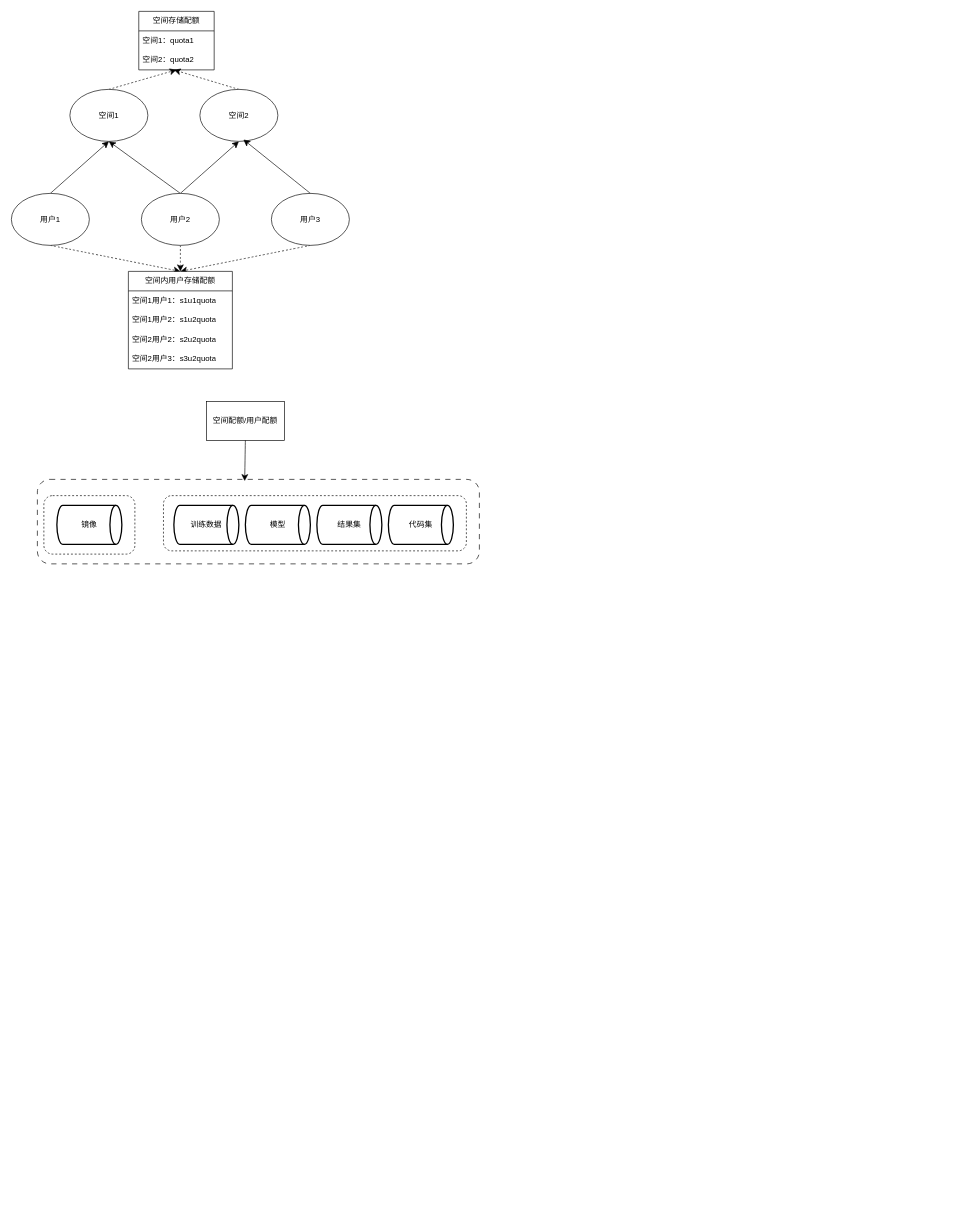
paochiang/draw keeps this draw.io diagram as 智算中心/配额接入.drawio. Above is the earlier version. Source tidied: cells renumbered, new cells numbered last; positions are measured from the earlier drawing's top-left corner, leaving out a move shared by most shapes. Both pictures are drawn from the tidied source at 65%, with x=0, y=0 at pixel (11, 11).
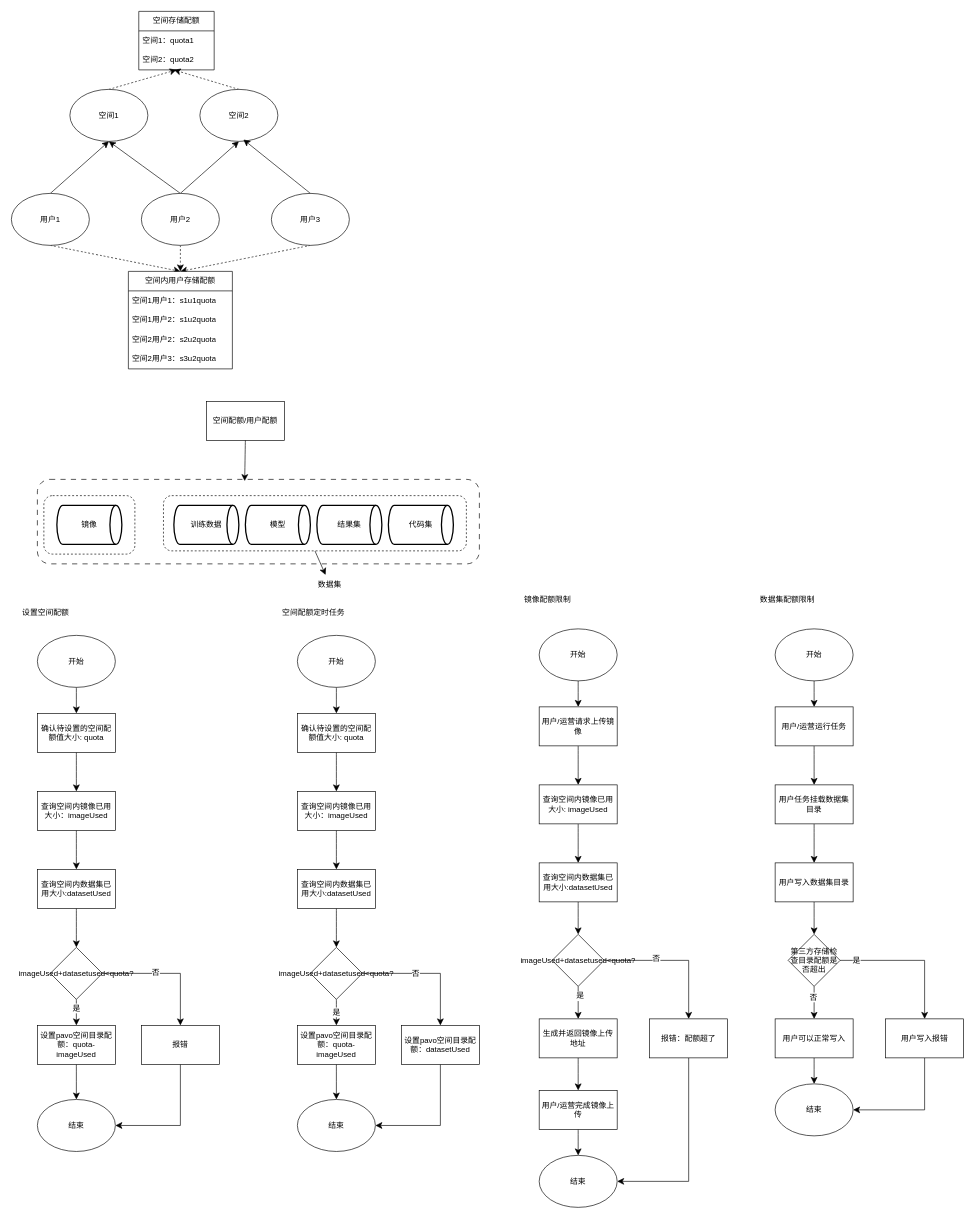
Above is the later version.

Commit message (it also covers changes not shown here):
Update 智算中心/配额接入.drawio

The change refers to these unchanged cells:
```xml
<mxCell id="3" style="rounded=1;whiteSpace=wrap;html=1;dashed=1;" parent="1" vertex="1">
  <mxGeometry x="234" y="745" width="466" height="85" as="geometry" />
</mxCell>
```

The edit, as a diff of the source:
```diff
@@
+    <mxCell id="34" style="edgeStyle=none;curved=1;rounded=0;jettySize=auto;html=1;exitX=0.5;exitY=1;exitDx=0;exitDy=0;fontSize=12;startSize=8;endSize=8;" parent="1" edge="1" source="3" target="43">
+      <mxGeometry relative="1" as="geometry" />
+    </mxCell>
@@
+    <mxCell id="35" style="edgeStyle=none;curved=1;rounded=0;jettySize=auto;html=1;exitX=0.5;exitY=1;exitDx=0;exitDy=0;entryX=0.5;entryY=0;entryDx=0;entryDy=0;fontSize=12;startSize=8;endSize=8;" parent="1" edge="1" source="36" target="38">
+      <mxGeometry relative="1" as="geometry" />
+    </mxCell>
+    <mxCell id="36" value="开始" style="ellipse;whiteSpace=wrap;html=1;" parent="1" vertex="1">
+      <mxGeometry x="40" y="960" width="120" height="80" as="geometry" />
+    </mxCell>
+    <mxCell id="37" style="edgeStyle=none;curved=1;rounded=0;jettySize=auto;html=1;entryX=0.5;entryY=0;entryDx=0;entryDy=0;fontSize=12;startSize=8;endSize=8;" parent="1" edge="1" source="38" target="40">
+      <mxGeometry relative="1" as="geometry" />
+    </mxCell>
+    <mxCell id="38" value="确认待设置的空间配额值大小: quota" style="rounded=0;whiteSpace=wrap;html=1;" parent="1" vertex="1">
+      <mxGeometry x="40" y="1080" width="120" height="60" as="geometry" />
+    </mxCell>
+    <mxCell id="39" style="edgeStyle=none;curved=1;rounded=0;jettySize=auto;html=1;fontSize=12;startSize=8;endSize=8;" parent="1" edge="1" source="40" target="42">
+      <mxGeometry relative="1" as="geometry" />
+    </mxCell>
+    <mxCell id="40" value="查询空间内镜像已用大小：imageUsed" style="rounded=0;whiteSpace=wrap;html=1;" parent="1" vertex="1">
+      <mxGeometry x="40" y="1200" width="120" height="60" as="geometry" />
+    </mxCell>
+    <mxCell id="41" style="edgeStyle=none;curved=1;rounded=0;jettySize=auto;html=1;exitX=0.5;exitY=1;exitDx=0;exitDy=0;entryX=0.5;entryY=0;entryDx=0;entryDy=0;fontSize=12;startSize=8;endSize=8;" parent="1" edge="1" source="42" target="48">
+      <mxGeometry relative="1" as="geometry" />
+    </mxCell>
+    <mxCell id="42" value="查询空间内数据集已用大小:datasetUsed" style="rounded=0;whiteSpace=wrap;html=1;" parent="1" vertex="1">
+      <mxGeometry x="40" y="1320" width="120" height="60" as="geometry" />
+    </mxCell>
+    <mxCell id="43" value="数据集" style="text;html=1;align=center;verticalAlign=middle;whiteSpace=wrap;rounded=0;" parent="1" vertex="1">
+      <mxGeometry x="460" y="867" width="60" height="30" as="geometry" />
+    </mxCell>
+    <mxCell id="44" style="edgeStyle=none;curved=1;rounded=0;jettySize=auto;html=1;exitX=0.5;exitY=1;exitDx=0;exitDy=0;entryX=0.5;entryY=0;entryDx=0;entryDy=0;fontSize=12;startSize=8;endSize=8;" parent="1" edge="1" source="48" target="50">
+      <mxGeometry relative="1" as="geometry" />
+    </mxCell>
+    <mxCell id="45" value="是" style="edgeLabel;html=1;align=center;verticalAlign=middle;fontSize=12;" parent="44" vertex="1">
+      <mxGeometry x="-0.33" y="-1" relative="1" as="geometry" />
+    </mxCell>
+    <mxCell id="46" style="edgeStyle=none;curved=0;rounded=0;jettySize=auto;html=1;exitX=1;exitY=0.5;exitDx=0;exitDy=0;entryX=0.5;entryY=0;entryDx=0;entryDy=0;fontSize=12;startSize=8;endSize=8;" parent="1" edge="1" source="48" target="52">
+      <mxGeometry relative="1" as="geometry">
+        <Array as="points">
+          <mxPoint x="260" y="1480" />
+        </Array>
+      </mxGeometry>
+    </mxCell>
+    <mxCell id="47" value="否" style="edgeLabel;html=1;align=center;verticalAlign=middle;fontSize=12;" parent="46" vertex="1">
+      <mxGeometry x="-0.19" y="2" relative="1" as="geometry" />
+    </mxCell>
+    <mxCell id="48" value="imageUsed+datasetused&amp;lt;quota?" style="rhombus;whiteSpace=wrap;html=1;" parent="1" vertex="1">
+      <mxGeometry x="60" y="1440" width="80" height="80" as="geometry" />
+    </mxCell>
+    <mxCell id="49" style="edgeStyle=none;curved=1;rounded=0;jettySize=auto;html=1;exitX=0.5;exitY=1;exitDx=0;exitDy=0;entryX=0.5;entryY=0;entryDx=0;entryDy=0;fontSize=12;startSize=8;endSize=8;" parent="1" edge="1" source="50" target="53">
+      <mxGeometry relative="1" as="geometry" />
+    </mxCell>
+    <mxCell id="50" value="设置pavo空间目录配额：quota-imageUsed" style="rounded=0;whiteSpace=wrap;html=1;" parent="1" vertex="1">
+      <mxGeometry x="40" y="1560" width="120" height="60" as="geometry" />
+    </mxCell>
+    <mxCell id="51" style="edgeStyle=none;curved=0;rounded=0;jettySize=auto;html=1;exitX=0.5;exitY=1;exitDx=0;exitDy=0;entryX=1;entryY=0.5;entryDx=0;entryDy=0;fontSize=12;startSize=8;endSize=8;" parent="1" edge="1" source="52" target="53">
+      <mxGeometry relative="1" as="geometry">
+        <Array as="points">
+          <mxPoint x="260" y="1714" />
+        </Array>
+      </mxGeometry>
+    </mxCell>
+    <mxCell id="52" value="报错" style="rounded=0;whiteSpace=wrap;html=1;" parent="1" vertex="1">
+      <mxGeometry x="200" y="1560" width="120" height="60" as="geometry" />
+    </mxCell>
+    <mxCell id="53" value="结束" style="ellipse;whiteSpace=wrap;html=1;" parent="1" vertex="1">
+      <mxGeometry x="40" y="1674" width="120" height="80" as="geometry" />
+    </mxCell>
+    <mxCell id="54" style="edgeStyle=none;curved=1;rounded=0;jettySize=auto;html=1;exitX=0.5;exitY=1;exitDx=0;exitDy=0;entryX=0.5;entryY=0;entryDx=0;entryDy=0;fontSize=12;startSize=8;endSize=8;" parent="1" edge="1" source="55" target="57">
+      <mxGeometry relative="1" as="geometry" />
+    </mxCell>
+    <mxCell id="55" value="开始" style="ellipse;whiteSpace=wrap;html=1;" parent="1" vertex="1">
+      <mxGeometry x="812" y="950" width="120" height="80" as="geometry" />
+    </mxCell>
+    <mxCell id="56" style="edgeStyle=none;curved=1;rounded=0;jettySize=auto;html=1;exitX=0.5;exitY=1;exitDx=0;exitDy=0;entryX=0.5;entryY=0;entryDx=0;entryDy=0;fontSize=12;startSize=8;endSize=8;" parent="1" edge="1" source="57" target="59">
+      <mxGeometry relative="1" as="geometry" />
+    </mxCell>
+    <mxCell id="57" value="用户/运营请求上传镜像" style="rounded=0;whiteSpace=wrap;html=1;" parent="1" vertex="1">
+      <mxGeometry x="812" y="1070" width="120" height="60" as="geometry" />
+    </mxCell>
+    <mxCell id="58" style="edgeStyle=none;curved=1;rounded=0;jettySize=auto;html=1;exitX=0.5;exitY=1;exitDx=0;exitDy=0;entryX=0.5;entryY=0;entryDx=0;entryDy=0;fontSize=12;startSize=8;endSize=8;" parent="1" edge="1" source="59" target="61">
+      <mxGeometry relative="1" as="geometry" />
+    </mxCell>
+    <mxCell id="59" value="查询空间内镜像已用大小: imageUsed" style="rounded=0;whiteSpace=wrap;html=1;" parent="1" vertex="1">
+      <mxGeometry x="812" y="1190" width="120" height="60" as="geometry" />
+    </mxCell>
+    <mxCell id="60" style="edgeStyle=none;curved=1;rounded=0;jettySize=auto;html=1;exitX=0.5;exitY=1;exitDx=0;exitDy=0;entryX=0.5;entryY=0;entryDx=0;entryDy=0;fontSize=12;startSize=8;endSize=8;" parent="1" edge="1" source="61" target="66">
+      <mxGeometry relative="1" as="geometry" />
+    </mxCell>
+    <mxCell id="61" value="查询空间内数据集已用大小:datasetUsed" style="rounded=0;whiteSpace=wrap;html=1;" parent="1" vertex="1">
+      <mxGeometry x="812" y="1310" width="120" height="60" as="geometry" />
+    </mxCell>
+    <mxCell id="62" style="edgeStyle=none;curved=1;rounded=0;jettySize=auto;html=1;exitX=0.5;exitY=1;exitDx=0;exitDy=0;entryX=0.5;entryY=0;entryDx=0;entryDy=0;fontSize=12;startSize=8;endSize=8;" parent="1" edge="1" source="66" target="68">
+      <mxGeometry relative="1" as="geometry" />
+    </mxCell>
+    <mxCell id="63" value="是" style="edgeLabel;html=1;align=center;verticalAlign=middle;fontSize=12;" parent="62" vertex="1">
+      <mxGeometry x="-0.46" y="2" relative="1" as="geometry" />
+    </mxCell>
+    <mxCell id="64" style="edgeStyle=none;curved=0;rounded=0;jettySize=auto;html=1;exitX=1;exitY=0.5;exitDx=0;exitDy=0;entryX=0.5;entryY=0;entryDx=0;entryDy=0;fontSize=12;startSize=8;endSize=8;" parent="1" edge="1" source="66" target="72">
+      <mxGeometry relative="1" as="geometry">
+        <Array as="points">
+          <mxPoint x="1042" y="1460" />
+        </Array>
+      </mxGeometry>
+    </mxCell>
+    <mxCell id="65" value="否" style="edgeLabel;html=1;align=center;verticalAlign=middle;fontSize=12;" parent="64" vertex="1">
+      <mxGeometry x="-0.28" y="3" relative="1" as="geometry" />
+    </mxCell>
+    <mxCell id="66" value="imageUsed+datasetused&amp;lt;quota?" style="rhombus;whiteSpace=wrap;html=1;" parent="1" vertex="1">
+      <mxGeometry x="832" y="1420" width="80" height="80" as="geometry" />
+    </mxCell>
+    <mxCell id="67" style="edgeStyle=none;curved=1;rounded=0;jettySize=auto;html=1;exitX=0.5;exitY=1;exitDx=0;exitDy=0;entryX=0.5;entryY=0;entryDx=0;entryDy=0;fontSize=12;startSize=8;endSize=8;" parent="1" edge="1" source="68" target="70">
+      <mxGeometry relative="1" as="geometry" />
+    </mxCell>
+    <mxCell id="68" value="生成并返回镜像上传地址" style="rounded=0;whiteSpace=wrap;html=1;" parent="1" vertex="1">
+      <mxGeometry x="812" y="1550" width="120" height="60" as="geometry" />
+    </mxCell>
+    <mxCell id="69" style="edgeStyle=none;curved=1;rounded=0;jettySize=auto;html=1;exitX=0.5;exitY=1;exitDx=0;exitDy=0;entryX=0.5;entryY=0;entryDx=0;entryDy=0;fontSize=12;startSize=8;endSize=8;" parent="1" edge="1" source="70">
+      <mxGeometry relative="1" as="geometry">
+        <mxPoint x="872" y="1760" as="targetPoint" />
+      </mxGeometry>
+    </mxCell>
+    <mxCell id="70" value="用户/运营完成镜像上传" style="rounded=0;whiteSpace=wrap;html=1;" parent="1" vertex="1">
+      <mxGeometry x="812" y="1660" width="120" height="60" as="geometry" />
+    </mxCell>
+    <mxCell id="71" style="edgeStyle=none;curved=0;rounded=0;jettySize=auto;html=1;exitX=0.5;exitY=1;exitDx=0;exitDy=0;entryX=1;entryY=0.5;entryDx=0;entryDy=0;fontSize=12;startSize=8;endSize=8;" parent="1" edge="1" source="72" target="73">
+      <mxGeometry relative="1" as="geometry">
+        <Array as="points">
+          <mxPoint x="1042" y="1800" />
+        </Array>
+      </mxGeometry>
+    </mxCell>
+    <mxCell id="72" value="报错：配额超了" style="rounded=0;whiteSpace=wrap;html=1;" parent="1" vertex="1">
+      <mxGeometry x="982" y="1550" width="120" height="60" as="geometry" />
+    </mxCell>
+    <mxCell id="73" value="结束" style="ellipse;whiteSpace=wrap;html=1;" parent="1" vertex="1">
+      <mxGeometry x="812" y="1760" width="120" height="80" as="geometry" />
+    </mxCell>
+    <mxCell id="74" value="设置空间配额" style="text;html=1;align=left;verticalAlign=middle;whiteSpace=wrap;rounded=0;" parent="1" vertex="1">
+      <mxGeometry x="15" y="910" width="170" height="30" as="geometry" />
+    </mxCell>
+    <mxCell id="75" style="edgeStyle=none;curved=1;rounded=0;jettySize=auto;html=1;exitX=0.5;exitY=1;exitDx=0;exitDy=0;entryX=0.5;entryY=0;entryDx=0;entryDy=0;fontSize=12;startSize=8;endSize=8;" parent="1" edge="1" source="76" target="78">
+      <mxGeometry relative="1" as="geometry" />
+    </mxCell>
+    <mxCell id="76" value="开始" style="ellipse;whiteSpace=wrap;html=1;" parent="1" vertex="1">
+      <mxGeometry x="440" y="960" width="120" height="80" as="geometry" />
+    </mxCell>
+    <mxCell id="77" style="edgeStyle=none;curved=1;rounded=0;jettySize=auto;html=1;entryX=0.5;entryY=0;entryDx=0;entryDy=0;fontSize=12;startSize=8;endSize=8;" parent="1" edge="1" source="78" target="80">
+      <mxGeometry relative="1" as="geometry" />
+    </mxCell>
+    <mxCell id="78" value="确认待设置的空间配额值大小: quota" style="rounded=0;whiteSpace=wrap;html=1;" parent="1" vertex="1">
+      <mxGeometry x="440" y="1080" width="120" height="60" as="geometry" />
+    </mxCell>
+    <mxCell id="79" style="edgeStyle=none;curved=1;rounded=0;jettySize=auto;html=1;fontSize=12;startSize=8;endSize=8;" parent="1" edge="1" source="80" target="82">
+      <mxGeometry relative="1" as="geometry" />
+    </mxCell>
+    <mxCell id="80" value="查询空间内镜像已用大小：imageUsed" style="rounded=0;whiteSpace=wrap;html=1;" parent="1" vertex="1">
+      <mxGeometry x="440" y="1200" width="120" height="60" as="geometry" />
+    </mxCell>
+    <mxCell id="81" style="edgeStyle=none;curved=1;rounded=0;jettySize=auto;html=1;exitX=0.5;exitY=1;exitDx=0;exitDy=0;entryX=0.5;entryY=0;entryDx=0;entryDy=0;fontSize=12;startSize=8;endSize=8;" parent="1" edge="1" source="82" target="86">
+      <mxGeometry relative="1" as="geometry" />
+    </mxCell>
+    <mxCell id="82" value="查询空间内数据集已用大小:datasetUsed" style="rounded=0;whiteSpace=wrap;html=1;" parent="1" vertex="1">
+      <mxGeometry x="440" y="1320" width="120" height="60" as="geometry" />
+    </mxCell>
+    <mxCell id="83" value="是" style="edgeStyle=none;curved=1;rounded=0;jettySize=auto;html=1;exitX=0.5;exitY=1;exitDx=0;exitDy=0;entryX=0.5;entryY=0;entryDx=0;entryDy=0;fontSize=12;startSize=8;endSize=8;" parent="1" edge="1" source="86" target="88">
+      <mxGeometry relative="1" as="geometry" />
+    </mxCell>
+    <mxCell id="84" style="edgeStyle=none;curved=0;rounded=0;jettySize=auto;html=1;exitX=1;exitY=0.5;exitDx=0;exitDy=0;entryX=0.5;entryY=0;entryDx=0;entryDy=0;fontSize=12;startSize=8;endSize=8;" parent="1" edge="1" source="86" target="90">
+      <mxGeometry relative="1" as="geometry">
+        <Array as="points">
+          <mxPoint x="660" y="1480" />
+        </Array>
+      </mxGeometry>
+    </mxCell>
+    <mxCell id="85" value="否" style="edgeLabel;html=1;align=center;verticalAlign=middle;fontSize=12;" parent="84" vertex="1">
+      <mxGeometry x="-0.19" y="1" relative="1" as="geometry" />
+    </mxCell>
+    <mxCell id="86" value="imageUsed+datasetused&amp;lt;quota?" style="rhombus;whiteSpace=wrap;html=1;" parent="1" vertex="1">
+      <mxGeometry x="460" y="1440" width="80" height="80" as="geometry" />
+    </mxCell>
+    <mxCell id="87" style="edgeStyle=none;curved=1;rounded=0;jettySize=auto;html=1;exitX=0.5;exitY=1;exitDx=0;exitDy=0;entryX=0.5;entryY=0;entryDx=0;entryDy=0;fontSize=12;startSize=8;endSize=8;" parent="1" edge="1" source="88" target="91">
+      <mxGeometry relative="1" as="geometry" />
+    </mxCell>
+    <mxCell id="88" value="设置pavo空间目录配额：quota-imageUsed" style="rounded=0;whiteSpace=wrap;html=1;" parent="1" vertex="1">
+      <mxGeometry x="440" y="1560" width="120" height="60" as="geometry" />
+    </mxCell>
+    <mxCell id="89" style="edgeStyle=none;curved=0;rounded=0;jettySize=auto;html=1;exitX=0.5;exitY=1;exitDx=0;exitDy=0;entryX=1;entryY=0.5;entryDx=0;entryDy=0;fontSize=12;startSize=8;endSize=8;" parent="1" edge="1" source="90" target="91">
+      <mxGeometry relative="1" as="geometry">
+        <Array as="points">
+          <mxPoint x="660" y="1714" />
+        </Array>
+      </mxGeometry>
+    </mxCell>
+    <mxCell id="90" value="设置pavo空间目录配额：datasetUsed" style="rounded=0;whiteSpace=wrap;html=1;" parent="1" vertex="1">
+      <mxGeometry x="600" y="1560" width="120" height="60" as="geometry" />
+    </mxCell>
+    <mxCell id="91" value="结束" style="ellipse;whiteSpace=wrap;html=1;" parent="1" vertex="1">
+      <mxGeometry x="440" y="1674" width="120" height="80" as="geometry" />
+    </mxCell>
+    <mxCell id="92" value="&lt;div&gt;空间配额定时任务&lt;/div&gt;" style="text;html=1;align=left;verticalAlign=middle;whiteSpace=wrap;rounded=0;" parent="1" vertex="1">
+      <mxGeometry x="415" y="910" width="170" height="30" as="geometry" />
+    </mxCell>
+    <mxCell id="93" value="镜像配额限制" style="text;html=1;align=left;verticalAlign=middle;whiteSpace=wrap;rounded=0;" parent="1" vertex="1">
+      <mxGeometry x="787" y="890" width="170" height="30" as="geometry" />
+    </mxCell>
+    <mxCell id="94" style="edgeStyle=none;curved=1;rounded=0;jettySize=auto;html=1;exitX=0.5;exitY=1;exitDx=0;exitDy=0;entryX=0.5;entryY=0;entryDx=0;entryDy=0;fontSize=12;startSize=8;endSize=8;" parent="1" edge="1" source="95" target="97">
+      <mxGeometry relative="1" as="geometry" />
+    </mxCell>
+    <mxCell id="95" value="开始" style="ellipse;whiteSpace=wrap;html=1;" parent="1" vertex="1">
+      <mxGeometry x="1175" y="950" width="120" height="80" as="geometry" />
+    </mxCell>
+    <mxCell id="96" style="edgeStyle=none;curved=1;rounded=0;jettySize=auto;html=1;exitX=0.5;exitY=1;exitDx=0;exitDy=0;entryX=0.5;entryY=0;entryDx=0;entryDy=0;fontSize=12;startSize=8;endSize=8;" parent="1" edge="1" source="97" target="99">
+      <mxGeometry relative="1" as="geometry" />
+    </mxCell>
+    <mxCell id="97" value="用户/运营运行任务" style="rounded=0;whiteSpace=wrap;html=1;" parent="1" vertex="1">
+      <mxGeometry x="1175" y="1070" width="120" height="60" as="geometry" />
+    </mxCell>
+    <mxCell id="98" style="edgeStyle=none;curved=1;rounded=0;jettySize=auto;html=1;exitX=0.5;exitY=1;exitDx=0;exitDy=0;entryX=0.5;entryY=0;entryDx=0;entryDy=0;fontSize=12;startSize=8;endSize=8;" parent="1" edge="1" source="99" target="101">
+      <mxGeometry relative="1" as="geometry" />
+    </mxCell>
+    <mxCell id="99" value="用户任务挂载数据集目录" style="rounded=0;whiteSpace=wrap;html=1;" parent="1" vertex="1">
+      <mxGeometry x="1175" y="1190" width="120" height="60" as="geometry" />
+    </mxCell>
+    <mxCell id="100" style="edgeStyle=none;curved=1;rounded=0;jettySize=auto;html=1;exitX=0.5;exitY=1;exitDx=0;exitDy=0;entryX=0.5;entryY=0;entryDx=0;entryDy=0;fontSize=12;startSize=8;endSize=8;" parent="1" edge="1" source="101" target="106">
+      <mxGeometry relative="1" as="geometry" />
+    </mxCell>
+    <mxCell id="101" value="用户写入数据集目录" style="rounded=0;whiteSpace=wrap;html=1;" parent="1" vertex="1">
+      <mxGeometry x="1175" y="1310" width="120" height="60" as="geometry" />
+    </mxCell>
+    <mxCell id="102" style="edgeStyle=none;curved=1;rounded=0;jettySize=auto;html=1;exitX=0.5;exitY=1;exitDx=0;exitDy=0;entryX=0.5;entryY=0;entryDx=0;entryDy=0;fontSize=12;startSize=8;endSize=8;" parent="1" edge="1" source="106" target="108">
+      <mxGeometry relative="1" as="geometry" />
+    </mxCell>
+    <mxCell id="103" value="否" style="edgeLabel;html=1;align=center;verticalAlign=middle;fontSize=12;" parent="102" vertex="1">
+      <mxGeometry x="-0.38" y="-2" relative="1" as="geometry" />
+    </mxCell>
+    <mxCell id="104" style="edgeStyle=none;curved=0;rounded=0;jettySize=auto;html=1;exitX=1;exitY=0.5;exitDx=0;exitDy=0;entryX=0.5;entryY=0;entryDx=0;entryDy=0;fontSize=12;startSize=8;endSize=8;" parent="1" edge="1" source="106" target="110">
+      <mxGeometry relative="1" as="geometry">
+        <Array as="points">
+          <mxPoint x="1405" y="1460" />
+        </Array>
+      </mxGeometry>
+    </mxCell>
+    <mxCell id="105" value="是" style="edgeLabel;html=1;align=center;verticalAlign=middle;fontSize=12;" parent="104" vertex="1">
+      <mxGeometry x="-0.78" y="1" relative="1" as="geometry" />
+    </mxCell>
+    <mxCell id="106" value="第三方存储检查目录配额是否超出" style="rhombus;whiteSpace=wrap;html=1;" parent="1" vertex="1">
+      <mxGeometry x="1195" y="1420" width="80" height="80" as="geometry" />
+    </mxCell>
+    <mxCell id="107" style="edgeStyle=none;curved=1;rounded=0;jettySize=auto;html=1;exitX=0.5;exitY=1;exitDx=0;exitDy=0;entryX=0.5;entryY=0;entryDx=0;entryDy=0;fontSize=12;startSize=8;endSize=8;" parent="1" edge="1" source="108" target="111">
+      <mxGeometry relative="1" as="geometry" />
+    </mxCell>
+    <mxCell id="108" value="用户可以正常写入" style="rounded=0;whiteSpace=wrap;html=1;" parent="1" vertex="1">
+      <mxGeometry x="1175" y="1550" width="120" height="60" as="geometry" />
+    </mxCell>
+    <mxCell id="109" style="edgeStyle=none;curved=0;rounded=0;jettySize=auto;html=1;exitX=0.5;exitY=1;exitDx=0;exitDy=0;entryX=1;entryY=0.5;entryDx=0;entryDy=0;fontSize=12;startSize=8;endSize=8;" parent="1" edge="1" source="110" target="111">
+      <mxGeometry relative="1" as="geometry">
+        <Array as="points">
+          <mxPoint x="1405" y="1690" />
+        </Array>
+      </mxGeometry>
+    </mxCell>
+    <mxCell id="110" value="用户写入报错" style="rounded=0;whiteSpace=wrap;html=1;" parent="1" vertex="1">
+      <mxGeometry x="1345" y="1550" width="120" height="60" as="geometry" />
+    </mxCell>
+    <mxCell id="111" value="结束" style="ellipse;whiteSpace=wrap;html=1;" parent="1" vertex="1">
+      <mxGeometry x="1175" y="1650" width="120" height="80" as="geometry" />
+    </mxCell>
+    <mxCell id="112" value="数据集配额限制" style="text;html=1;align=left;verticalAlign=middle;whiteSpace=wrap;rounded=0;" parent="1" vertex="1">
+      <mxGeometry x="1150" y="890" width="170" height="30" as="geometry" />
+    </mxCell>
```
